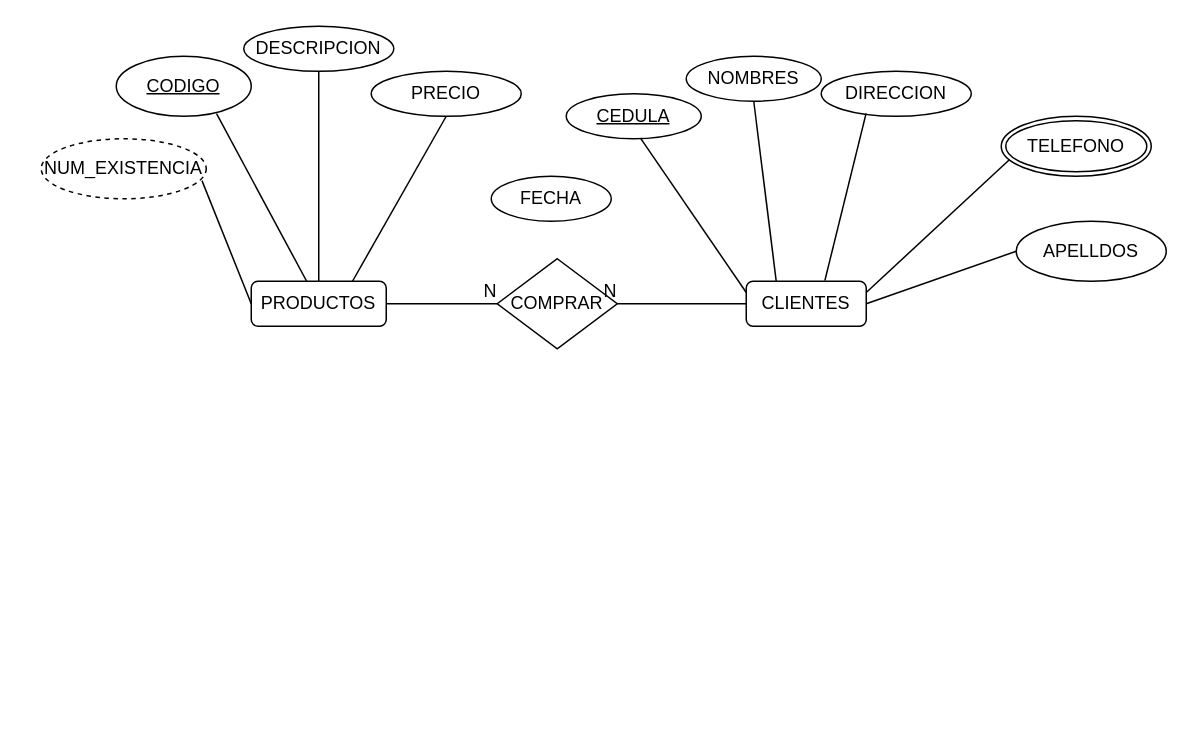
Earlier version of the draw.io diagram Diagrama sin título.drawio (ncardenr/Miprimergit). Source tidied: cells renumbered, new cells numbered last; positions are measured from the earlier drawing's top-left corner, leaving out a move shared by most shapes. Both pictures are drawn from the tidied source at 150%, with x=0, y=0 at pixel (40, 26).
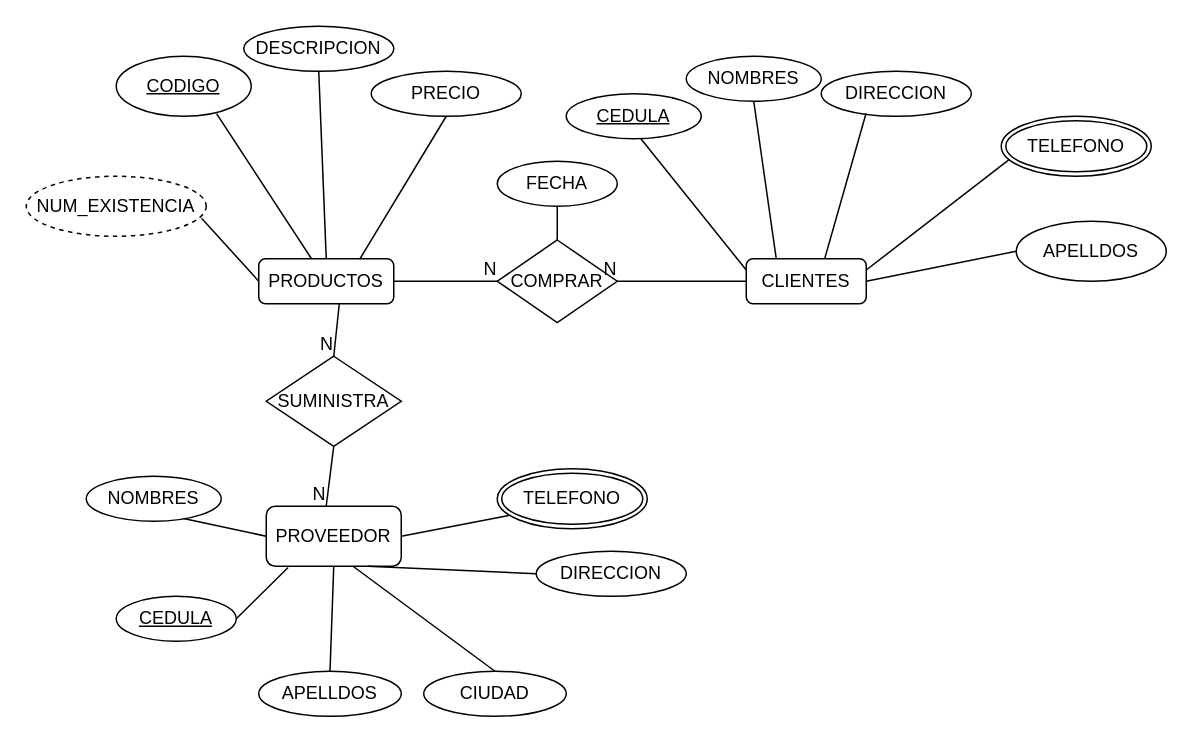
The same diagram, later.

Change to the diagram source:
```diff
@@
     <mxCell id="2" value="PRODUCTOS" style="rounded=1;whiteSpace=wrap;html=1;" parent="1" vertex="1">
-      <mxGeometry x="140" y="170" width="90" height="30" as="geometry" />
+      <mxGeometry x="145" y="155" width="90" height="30" as="geometry" />
     </mxCell>
@@
     <mxCell id="6" value="NUM_EXISTENCIA" style="ellipse;whiteSpace=wrap;html=1;align=center;dashed=1;" parent="1" vertex="1">
-      <mxGeometry y="75" width="110" height="40" as="geometry" />
+      <mxGeometry x="-10" y="100" width="120" height="40" as="geometry" />
     </mxCell>
@@
     <mxCell id="10" value="CLIENTES" style="rounded=1;whiteSpace=wrap;html=1;" parent="1" vertex="1">
-      <mxGeometry x="470" y="170" width="80" height="30" as="geometry" />
+      <mxGeometry x="470" y="155" width="80" height="30" as="geometry" />
     </mxCell>
@@
     <mxCell id="20" value="COMPRAR" style="shape=rhombus;perimeter=rhombusPerimeter;whiteSpace=wrap;html=1;align=center;" parent="1" vertex="1">
-      <mxGeometry x="304" y="155" width="80" height="60" as="geometry" />
+      <mxGeometry x="304" y="142.5" width="80" height="55" as="geometry" />
     </mxCell>
@@
     <mxCell id="26" value="FECHA" style="ellipse;whiteSpace=wrap;html=1;align=center;" parent="1" vertex="1">
-      <mxGeometry x="300" y="100" width="80" height="30" as="geometry" />
+      <mxGeometry x="304" y="90" width="80" height="30" as="geometry" />
     </mxCell>
@@
+    <mxCell id="28" style="endArrow=none;html=1;rounded=0;exitX=0.5;exitY=0;exitDx=0;exitDy=0;entryX=0.5;entryY=1;entryDx=0;entryDy=0;" parent="1" edge="1" source="20" target="26">
+      <mxGeometry relative="1" as="geometry" />
+    </mxCell>
+    <mxCell id="29" value="PROVEEDOR" style="rounded=1;whiteSpace=wrap;html=1;" parent="1" vertex="1">
+      <mxGeometry x="150" y="320" width="90" height="40" as="geometry" />
+    </mxCell>
+    <mxCell id="30" value="NOMBRES" style="ellipse;whiteSpace=wrap;html=1;align=center;" parent="1" vertex="1">
+      <mxGeometry x="30" y="300" width="90" height="30" as="geometry" />
+    </mxCell>
+    <mxCell id="31" value="CEDULA" style="ellipse;whiteSpace=wrap;html=1;align=center;fontStyle=4;" parent="1" vertex="1">
+      <mxGeometry x="50" y="380" width="80" height="30" as="geometry" />
+    </mxCell>
+    <mxCell id="32" value="APELLDOS" style="ellipse;whiteSpace=wrap;html=1;align=center;" parent="1" vertex="1">
+      <mxGeometry x="145" y="430" width="95" height="30" as="geometry" />
+    </mxCell>
+    <mxCell id="33" value="DIRECCION" style="ellipse;whiteSpace=wrap;html=1;align=center;" parent="1" vertex="1">
+      <mxGeometry x="330" y="350" width="100" height="30" as="geometry" />
+    </mxCell>
+    <mxCell id="34" value="TELEFONO" style="ellipse;shape=doubleEllipse;margin=3;whiteSpace=wrap;html=1;align=center;" parent="1" vertex="1">
+      <mxGeometry x="304" y="295" width="100" height="40" as="geometry" />
+    </mxCell>
+    <mxCell id="35" value="CIUDAD" style="ellipse;whiteSpace=wrap;html=1;align=center;" parent="1" vertex="1">
+      <mxGeometry x="255" y="430" width="95" height="30" as="geometry" />
+    </mxCell>
+    <mxCell id="36" style="endArrow=none;html=1;rounded=0;exitX=1;exitY=0.5;exitDx=0;exitDy=0;entryX=0.162;entryY=1.022;entryDx=0;entryDy=0;entryPerimeter=0;" parent="1" edge="1" source="31" target="29">
+      <mxGeometry relative="1" as="geometry" />
+    </mxCell>
+    <mxCell id="37" style="endArrow=none;html=1;rounded=0;entryX=0;entryY=0.5;entryDx=0;entryDy=0;exitX=0.75;exitY=1;exitDx=0;exitDy=0;" parent="1" edge="1" source="29" target="33">
+      <mxGeometry relative="1" as="geometry" />
+    </mxCell>
+    <mxCell id="38" style="endArrow=none;html=1;rounded=0;exitX=0.72;exitY=0.937;exitDx=0;exitDy=0;entryX=0;entryY=0.5;entryDx=0;entryDy=0;exitPerimeter=0;" parent="1" edge="1" source="30" target="29">
+      <mxGeometry relative="1" as="geometry" />
+    </mxCell>
+    <mxCell id="39" style="endArrow=none;html=1;rounded=0;exitX=0.5;exitY=0;exitDx=0;exitDy=0;entryX=0.5;entryY=1;entryDx=0;entryDy=0;" parent="1" edge="1" source="32" target="29">
+      <mxGeometry relative="1" as="geometry" />
+    </mxCell>
+    <mxCell id="40" style="endArrow=none;html=1;rounded=0;exitX=0.5;exitY=0;exitDx=0;exitDy=0;entryX=0.645;entryY=1.004;entryDx=0;entryDy=0;entryPerimeter=0;" parent="1" edge="1" source="35" target="29">
+      <mxGeometry relative="1" as="geometry" />
+    </mxCell>
+    <mxCell id="41" style="endArrow=none;html=1;rounded=0;exitX=1;exitY=0.5;exitDx=0;exitDy=0;entryX=0.077;entryY=0.78;entryDx=0;entryDy=0;entryPerimeter=0;" parent="1" edge="1" source="29" target="34">
+      <mxGeometry relative="1" as="geometry" />
+    </mxCell>
+    <mxCell id="42" value="SUMINISTRA" style="shape=rhombus;perimeter=rhombusPerimeter;whiteSpace=wrap;html=1;align=center;" parent="1" vertex="1">
+      <mxGeometry x="150" y="220" width="90" height="60" as="geometry" />
+    </mxCell>
+    <mxCell id="43" style="endArrow=none;html=1;rounded=0;entryX=0.5;entryY=0;entryDx=0;entryDy=0;exitX=0.597;exitY=0.989;exitDx=0;exitDy=0;exitPerimeter=0;" parent="1" edge="1" source="2" target="42">
+      <mxGeometry relative="1" as="geometry" />
+    </mxCell>
+    <mxCell id="44" value="N" style="html=1;align=right;verticalAlign=bottom;" parent="43" vertex="1">
+      <mxGeometry x="1" relative="1" as="geometry" />
+    </mxCell>
+    <mxCell id="45" style="endArrow=none;html=1;rounded=0;exitX=0.5;exitY=1;exitDx=0;exitDy=0;entryX=0.444;entryY=0;entryDx=0;entryDy=0;entryPerimeter=0;" parent="1" edge="1" source="42" target="29">
+      <mxGeometry relative="1" as="geometry" />
+    </mxCell>
+    <mxCell id="46" value="N" style="html=1;align=right;verticalAlign=bottom;" parent="45" vertex="1">
+      <mxGeometry x="1" relative="1" as="geometry" />
+    </mxCell>
```
